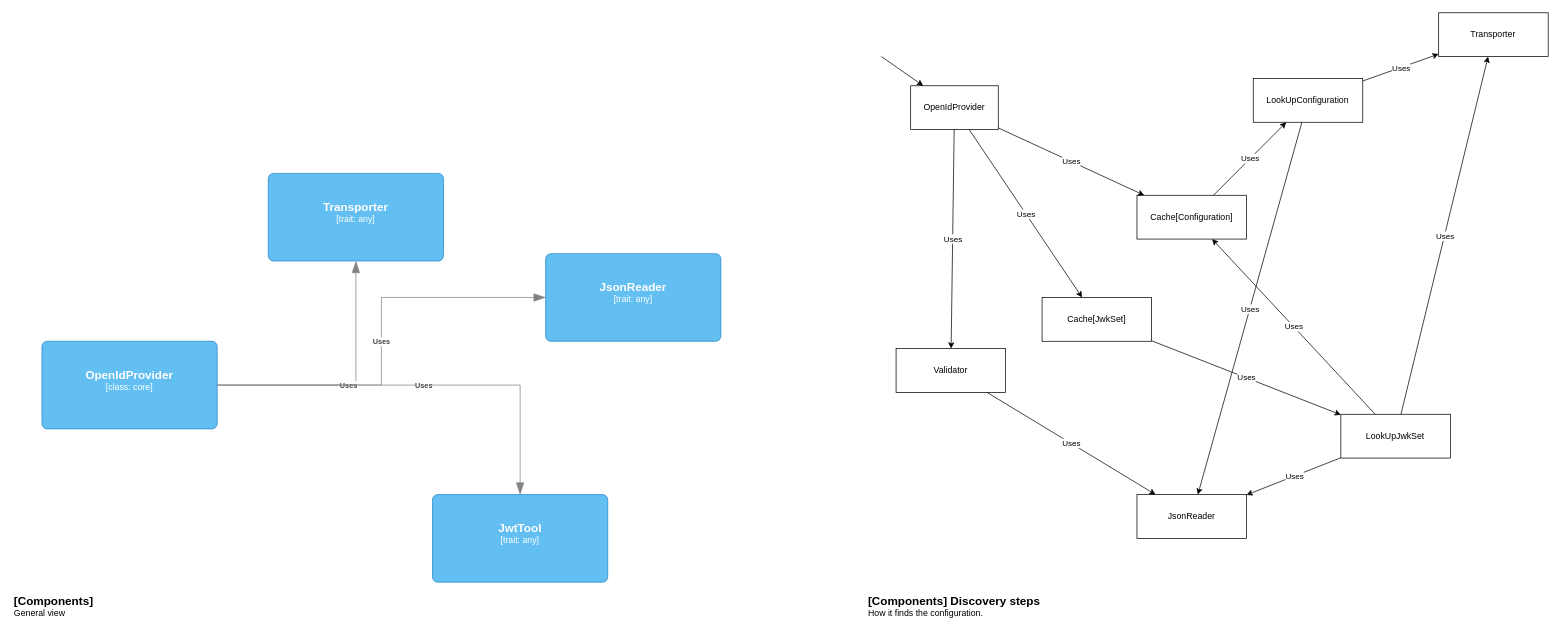
Before: doc.drawio in estrondo/moidc4s, a draw.io diagram. Source tidied: cells renumbered, new cells numbered last; positions are measured from the earlier drawing's top-left corner, leaving out a move shared by most shapes. Both pictures are drawn from the tidied source at 73%, with x=0, y=0 at pixel (12, 12).
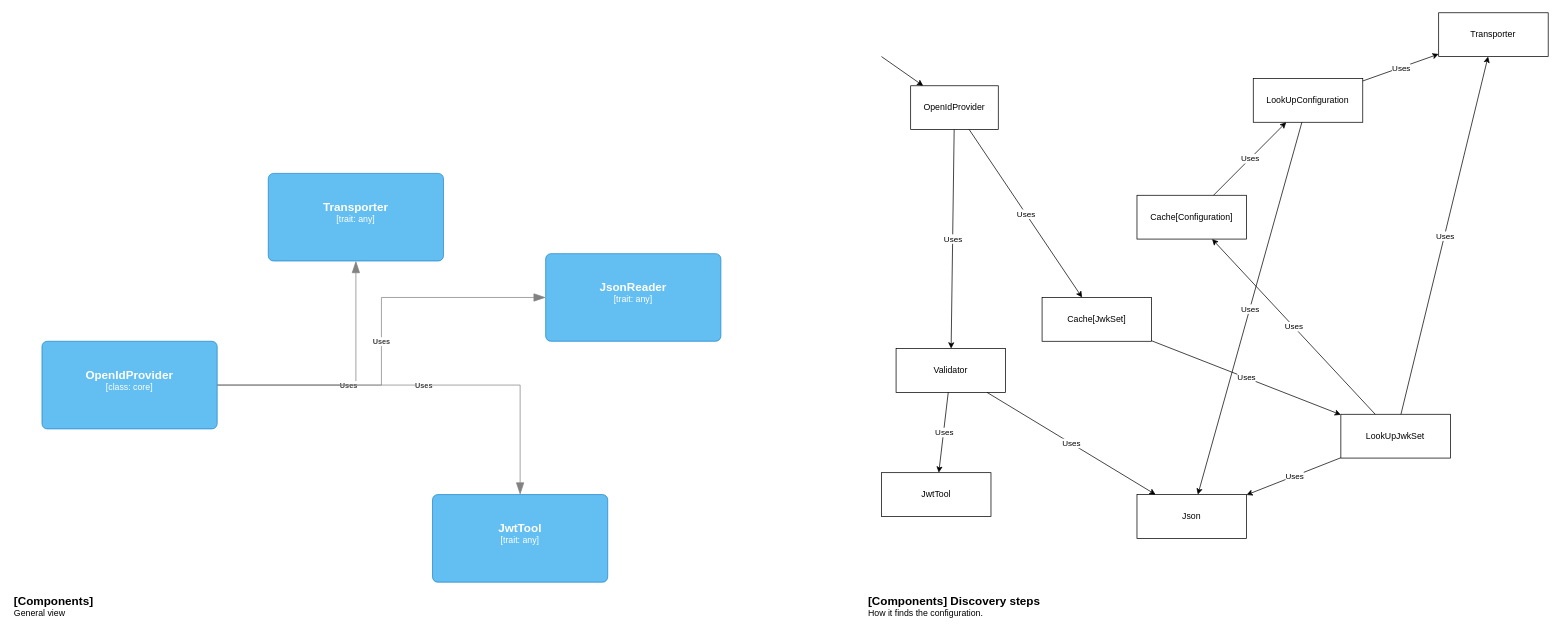
The same diagram, later.

Unchanged cells that the change refers to:
```xml
<mxCell id="11" value="OpenIdProvider" style="rounded=0;whiteSpace=wrap;html=1;" parent="1" vertex="1">
  <mxGeometry x="1230" y="100" width="120" height="60" as="geometry" />
</mxCell>
<mxCell id="13" value="Cache[Configuration]" style="rounded=0;whiteSpace=wrap;html=1;" parent="1" vertex="1">
  <mxGeometry x="1540" y="250" width="150" height="60" as="geometry" />
</mxCell>
<mxCell id="37" value="Validator" style="rounded=0;whiteSpace=wrap;html=1;" parent="1" vertex="1">
  <mxGeometry x="1210" y="460" width="150" height="60" as="geometry" />
</mxCell>
```

What changed in the source:
```diff
@@
-    <mxCell id="16" value="JsonReader" style="rounded=0;whiteSpace=wrap;html=1;" parent="1" vertex="1">
+    <mxCell id="16" value="Json" style="rounded=0;whiteSpace=wrap;html=1;" parent="1" vertex="1">
       <mxGeometry x="1540" y="660" width="150" height="60" as="geometry" />
     </mxCell>
@@
-    <mxCell id="29" style="endArrow=classic;html=1;rounded=0;" parent="1" edge="1" source="11" target="13">
-      <mxGeometry relative="1" as="geometry" />
-    </mxCell>
-    <mxCell id="30" value="Uses" style="edgeLabel;html=1;align=center;verticalAlign=middle;" parent="29" vertex="1">
-      <mxGeometry relative="1" as="geometry" />
-    </mxCell>
@@
+    <mxCell id="42" value="JwtTool" style="rounded=0;whiteSpace=wrap;html=1;" parent="1" vertex="1">
+      <mxGeometry x="1190" y="630" width="150" height="60" as="geometry" />
+    </mxCell>
+    <mxCell id="43" style="endArrow=classic;html=1;rounded=0;" parent="1" edge="1" source="37" target="42">
+      <mxGeometry relative="1" as="geometry" />
+    </mxCell>
+    <mxCell id="30" value="Uses" style="edgeLabel;html=1;align=center;verticalAlign=middle;" parent="43" vertex="1">
+      <mxGeometry relative="1" as="geometry" />
+    </mxCell>
```
